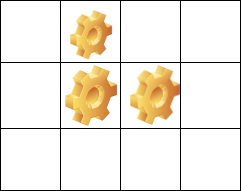
CodeAlag/CodeAlag.github.io keeps this draw.io diagram as Untitled Diagram.png. Above is the earlier version. Source tidied: cells renumbered, new cells last; positions are measured from the earlier drawing's top-left corner, leaving out a move shared by most shapes.
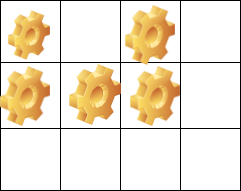
Later version of the same file.

What changed in the source:
```diff
@@ -51,13 +51,19 @@
       <mxGeometry x="180" width="60" height="62" as="geometry" />
     </mxCell>
     <mxCell id="18" style="shape=image;html=1;verticalLabelPosition=bottom;verticalAlign=top;imageAspect=1;image=img/clipart/Gear_128x128.png;" parent="1" vertex="1">
-      <mxGeometry x="70" y="10" width="42.1" height="49.4" as="geometry" />
+      <mxGeometry x="7.9" y="10.3" width="42.1" height="49.4" as="geometry" />
     </mxCell>
     <mxCell id="19" style="shape=image;html=1;verticalLabelPosition=bottom;verticalAlign=top;imageAspect=0;image=img/clipart/Gear_128x128.png;" parent="1" vertex="1">
-      <mxGeometry x="130" y="65" width="50" height="60" as="geometry" />
+      <mxGeometry x="130" y="66" width="50" height="60" as="geometry" />
     </mxCell>
     <mxCell id="20" style="shape=image;html=1;verticalLabelPosition=bottom;verticalAlign=top;imageAspect=1;image=img/clipart/Gear_128x128.png;" parent="1" vertex="1">
-      <mxGeometry x="65.1" y="65" width="52" height="61" as="geometry" />
+      <mxGeometry x="69" y="64" width="52" height="61" as="geometry" />
     </mxCell>
+    <mxCell id="21" style="shape=image;html=1;verticalLabelPosition=bottom;verticalAlign=top;imageAspect=0;image=img/clipart/Gear_128x128.png;" parent="1" vertex="1">
+      <mxGeometry y="66" width="50" height="60" as="geometry" />
+    </mxCell>
+    <mxCell id="22" style="shape=image;html=1;verticalLabelPosition=bottom;verticalAlign=top;imageAspect=0;image=img/clipart/Gear_128x128.png;" parent="1" vertex="1">
+      <mxGeometry x="125" y="5" width="50" height="60" as="geometry" />
+    </mxCell>
   </root>
 </mxGraphModel>
```
